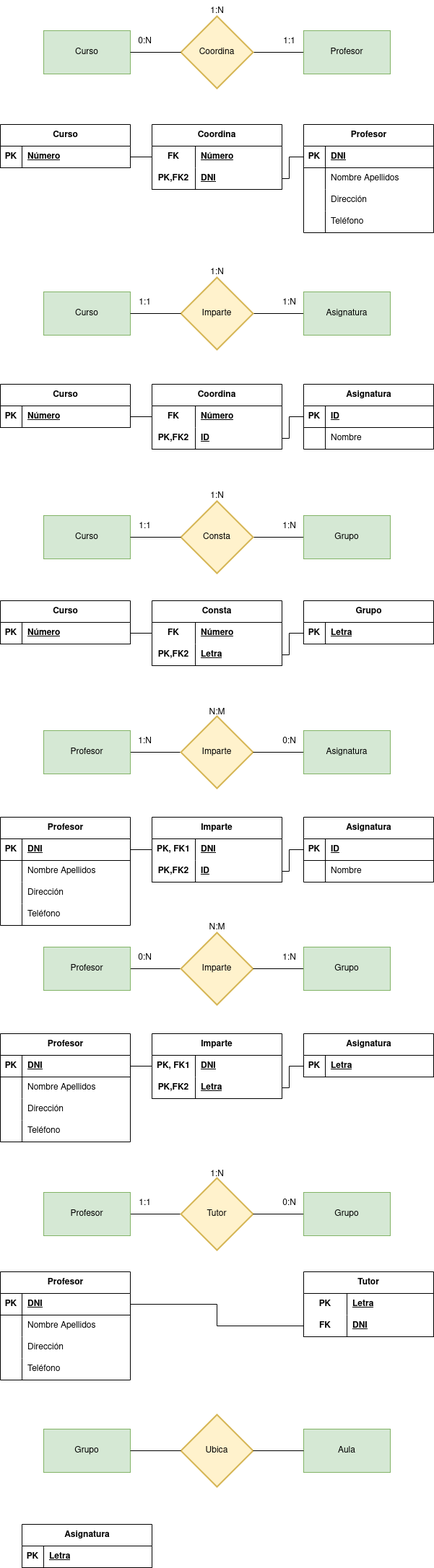
GermanOjeda/base-datos keeps this draw.io diagram as tareas 1/Ejercicio calificable docente (MR-2).drawio.png. Above is the earlier version. Source tidied: cells renumbered, new cells last; positions are measured from the earlier drawing's top-left corner, leaving out a move shared by most shapes.
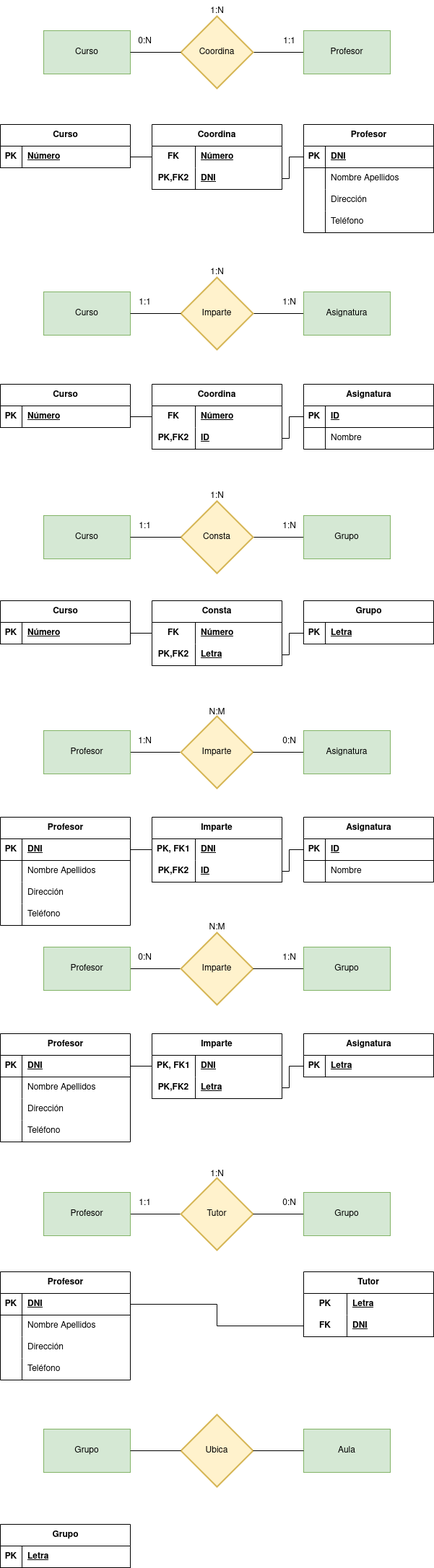
After the commit.

What changed in the source:
```diff
@@ -580,8 +580,8 @@
     <mxCell id="192" value="Grupo" style="rounded=0;whiteSpace=wrap;html=1;fillColor=#d5e8d4;strokeColor=#82b366;" parent="1" vertex="1">
       <mxGeometry x="60" y="1980" width="120" height="60" as="geometry" />
     </mxCell>
-    <mxCell id="193" value="Asignatura" style="shape=table;startSize=30;rowLines=0;fontStyle=1;align=center;html=1;" parent="1" vertex="1">
-      <mxGeometry x="30" y="2112" width="180" height="60" as="geometry" />
+    <mxCell id="193" value="Grupo" style="shape=table;startSize=30;rowLines=0;fontStyle=1;align=center;html=1;" parent="1" vertex="1">
+      <mxGeometry y="2112" width="180" height="60" as="geometry" />
     </mxCell>
     <mxCell id="194" style="shape=tableRow;horizontal=0;startSize=0;swimlaneHead=0;swimlaneBody=0;fillColor=none;top=0;left=0;right=0;bottom=1;" parent="193" vertex="1">
       <mxGeometry y="30" width="180" height="30" as="geometry" />
```
